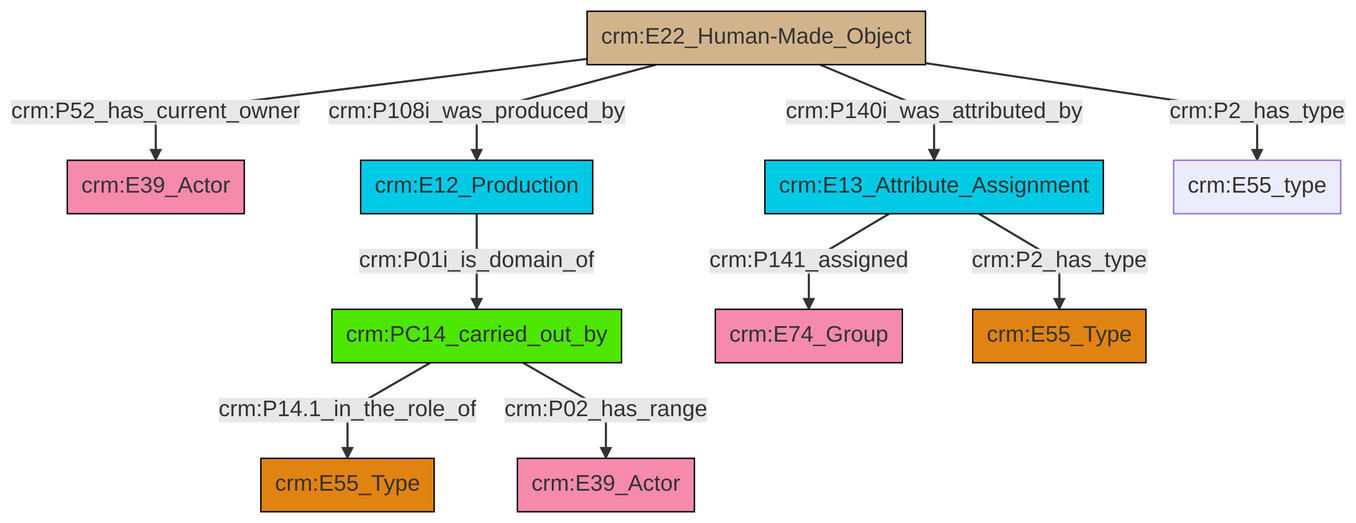
Earlier version of the Mermaid export et/builtWorkCSV/ttl/mmd/png/Built_Work_actor_relations.png (swiss-art-research-net/reference-data-models). Its source is kept beside it as et/builtWorkCSV/ttl/mmd/Built_Work_actor_relations.ttl.mmd.
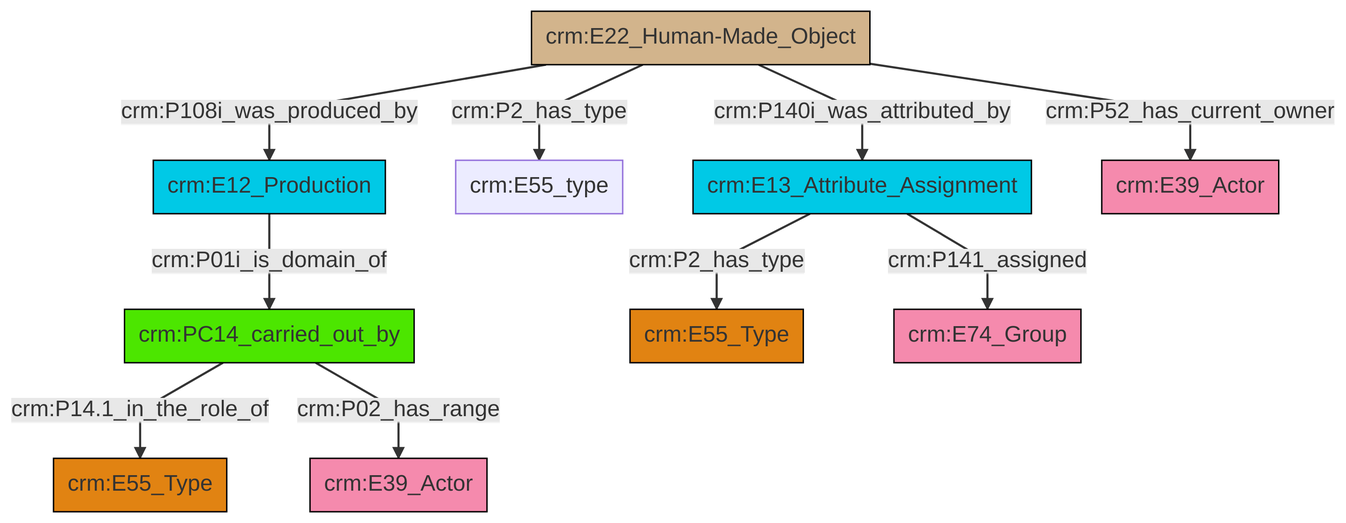
The same diagram one commit later.

What changed in the source:
```diff
@@ -13,12 +13,12 @@
 classDef PC_Classes fill:#4ce600, stroke:#000000;
 classDef Multi fill:#cccccc,stroke:#000000;
 
-0["crm:E22_Human-Made_Object"]:::Physical_Thing -->|crm:P52_has_current_owner| 1["crm:E39_Actor"]:::Actor
-2["crm:PC14_carried_out_by"]:::PC_Classes -->|crm:P14.1_in_the_role_of| 3["crm:E55_Type"]:::Type
-11["crm:E12_Production"]:::Temporal_Entity -->|crm:P01i_is_domain_of| 2["crm:PC14_carried_out_by"]:::PC_Classes
-0["crm:E22_Human-Made_Object"]:::Physical_Thing -->|crm:P108i_was_produced_by| 11["crm:E12_Production"]:::Temporal_Entity
-0["crm:E22_Human-Made_Object"]:::Physical_Thing -->|crm:P140i_was_attributed_by| 12["crm:E13_Attribute_Assignment"]:::Temporal_Entity
-12["crm:E13_Attribute_Assignment"]:::Temporal_Entity -->|crm:P141_assigned| 6["crm:E74_Group"]:::Actor
-0["crm:E22_Human-Made_Object"]:::Physical_Thing -->|crm:P2_has_type| 17["crm:E55_type"]:::Default
-2["crm:PC14_carried_out_by"]:::PC_Classes -->|crm:P02_has_range| 15["crm:E39_Actor"]:::Actor
-12["crm:E13_Attribute_Assignment"]:::Temporal_Entity -->|crm:P2_has_type| 8["crm:E55_Type"]:::Type
+2["crm:E22_Human-Made_Object"]:::Physical_Thing -->|crm:P108i_was_produced_by| 0["crm:E12_Production"]:::Temporal_Entity
+7["crm:E13_Attribute_Assignment"]:::Temporal_Entity -->|crm:P2_has_type| 8["crm:E55_Type"]:::Type
+2["crm:E22_Human-Made_Object"]:::Physical_Thing -->|crm:P2_has_type| 10["crm:E55_type"]:::Default
+13["crm:PC14_carried_out_by"]:::PC_Classes -->|crm:P14.1_in_the_role_of| 5["crm:E55_Type"]:::Type
+2["crm:E22_Human-Made_Object"]:::Physical_Thing -->|crm:P140i_was_attributed_by| 7["crm:E13_Attribute_Assignment"]:::Temporal_Entity
+7["crm:E13_Attribute_Assignment"]:::Temporal_Entity -->|crm:P141_assigned| 14["crm:E74_Group"]:::Actor
+0["crm:E12_Production"]:::Temporal_Entity -->|crm:P01i_is_domain_of| 13["crm:PC14_carried_out_by"]:::PC_Classes
+2["crm:E22_Human-Made_Object"]:::Physical_Thing -->|crm:P52_has_current_owner| 16["crm:E39_Actor"]:::Actor
+13["crm:PC14_carried_out_by"]:::PC_Classes -->|crm:P02_has_range| 3["crm:E39_Actor"]:::Actor
```
